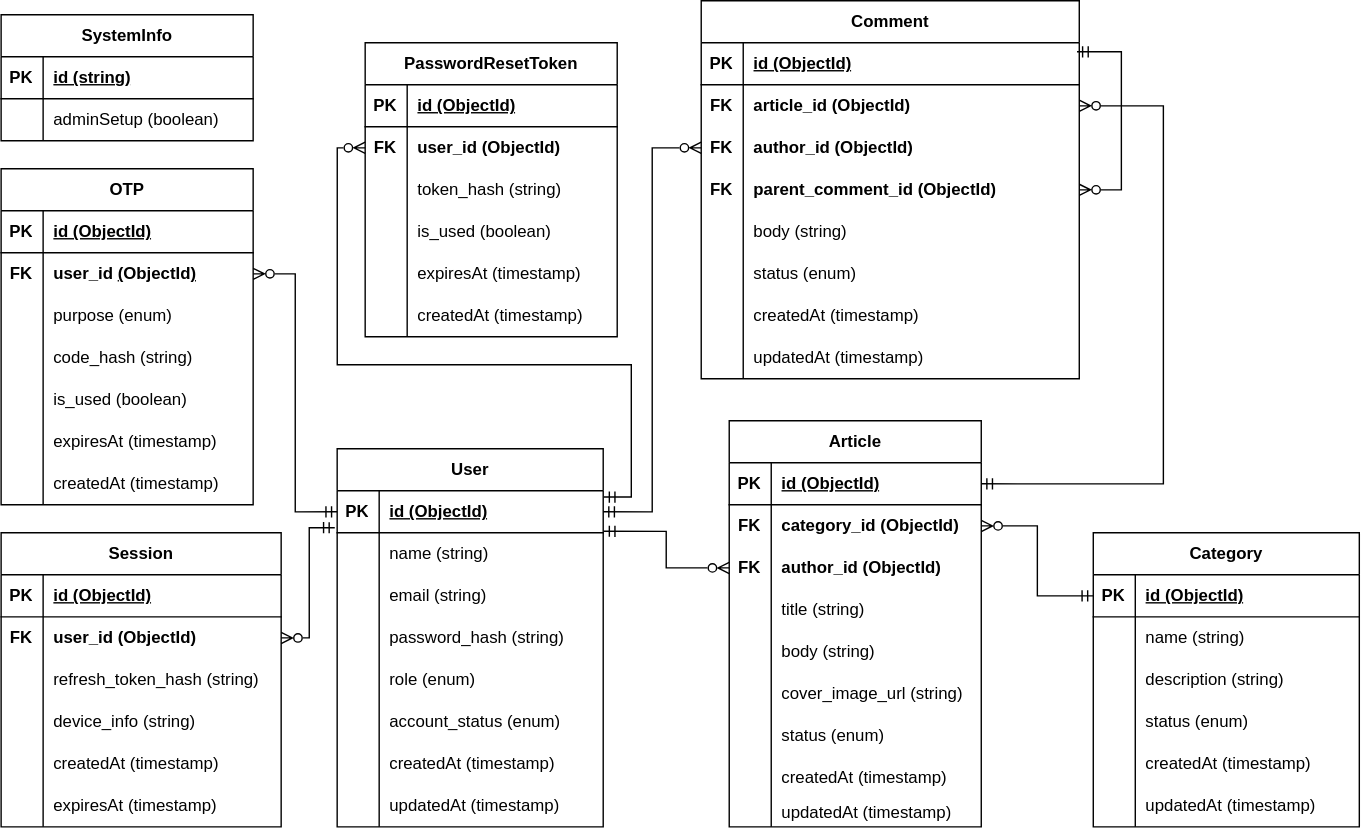
The draw.io diagram docs/database/ER Diagram.svg in ihsiam/Blog_Management_System, before a commit. Source tidied: cells renumbered, new cells last; positions are measured from the earlier drawing's top-left corner, leaving out a move shared by most shapes.
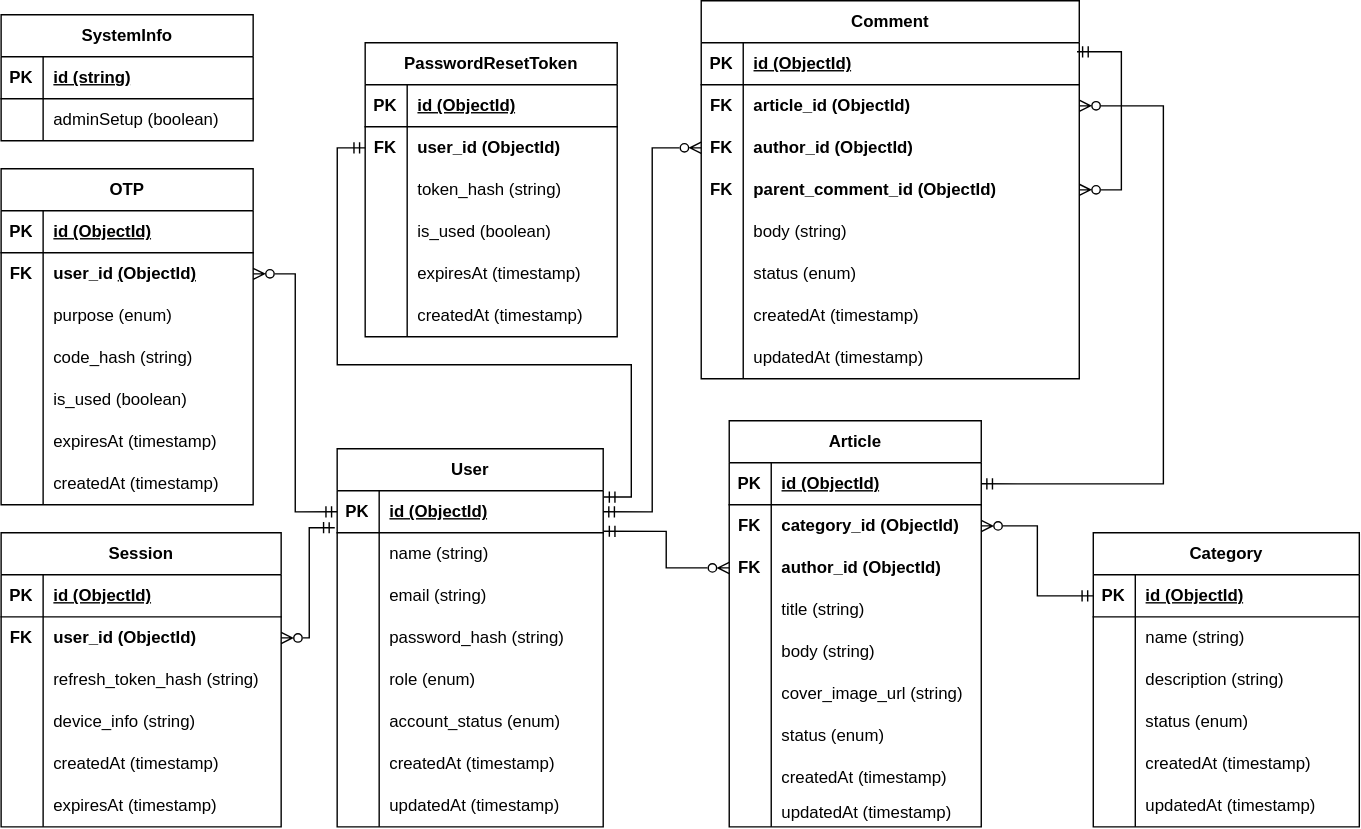
The same diagram one commit later.

The edit, as a diff of the source:
```diff
@@ -507,7 +507,7 @@
         </Array>
       </mxGeometry>
     </mxCell>
-    <mxCell id="167" style="edgeStyle=orthogonalEdgeStyle;rounded=0;jettySize=auto;html=1;entryX=1.002;entryY=0.149;entryDx=0;entryDy=0;entryPerimeter=0;endArrow=ERmandOne;endFill=0;startArrow=ERzeroToMany;startFill=0;" parent="1" edge="1" source="127" target="3">
+    <mxCell id="167" style="edgeStyle=orthogonalEdgeStyle;rounded=0;jettySize=auto;html=1;entryX=1.002;entryY=0.149;entryDx=0;entryDy=0;entryPerimeter=0;endArrow=ERmandOne;endFill=0;startArrow=ERmandOne;startFill=0;" parent="1" edge="1" source="127" target="3">
       <mxGeometry relative="1" as="geometry">
         <Array as="points">
           <mxPoint x="240" y="105.1" />
```
